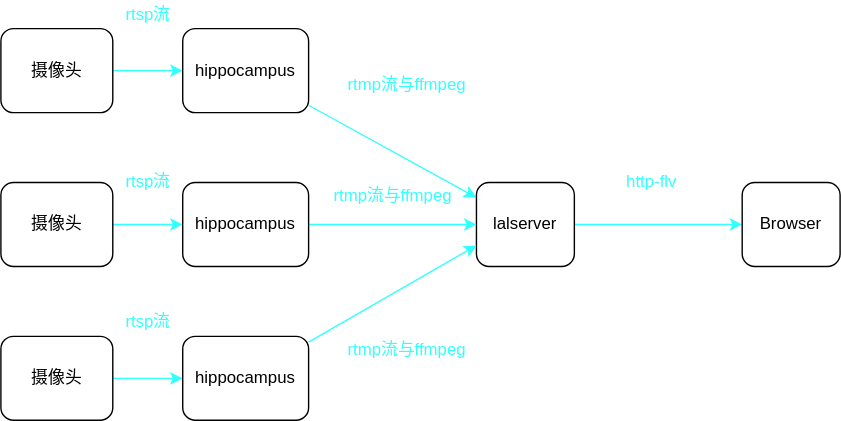
The draw.io diagram docs/images/engineering-design-drawing.svg in open-v2x/hippocampus, before a commit. Source tidied: cells renumbered, new cells last; positions are measured from the earlier drawing's top-left corner, leaving out a move shared by most shapes.
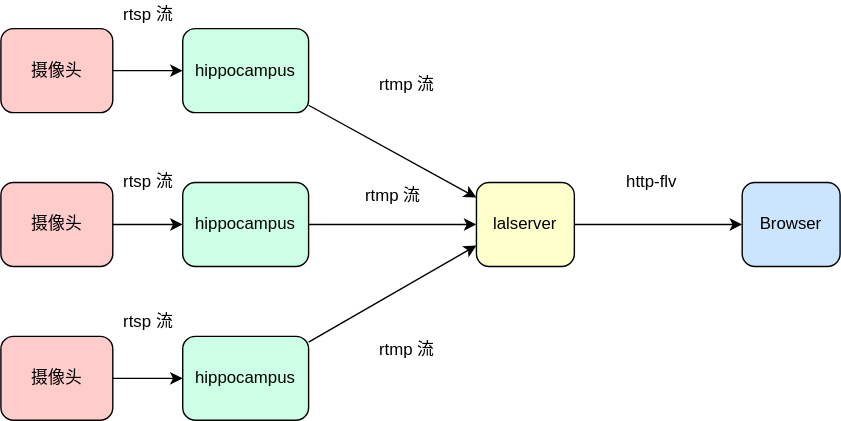
The same diagram one commit later.

Commit message:
docs: update design arch in readme (#77)

What changed in the source:
```diff
@@ -2,71 +2,71 @@
   <root>
     <mxCell id="0" />
     <mxCell id="1" parent="0" />
-    <mxCell id="2" style="edgeStyle=none;html=1;strokeColor=#33FFFF;" parent="1" edge="1" source="3" target="5">
+    <mxCell id="2" style="edgeStyle=none;html=1;strokeColor=#000000;" parent="1" edge="1" source="3" target="5">
       <mxGeometry relative="1" as="geometry" />
     </mxCell>
-    <mxCell id="3" value="摄像头" style="rounded=1;whiteSpace=wrap;html=1;" parent="1" vertex="1">
+    <mxCell id="3" value="摄像头" style="rounded=1;whiteSpace=wrap;html=1;fillColor=#FFCCCC;" parent="1" vertex="1">
       <mxGeometry y="20" width="80" height="60" as="geometry" />
     </mxCell>
-    <mxCell id="4" style="edgeStyle=none;html=1;strokeColor=#33FFFF;" parent="1" edge="1" source="5" target="7">
+    <mxCell id="4" style="edgeStyle=none;html=1;strokeColor=#000000;" parent="1" edge="1" source="5" target="7">
       <mxGeometry relative="1" as="geometry" />
     </mxCell>
-    <mxCell id="5" value="hippocampus" style="rounded=1;whiteSpace=wrap;html=1;" parent="1" vertex="1">
+    <mxCell id="5" value="hippocampus" style="rounded=1;whiteSpace=wrap;html=1;fillColor=#CCFFE6;" parent="1" vertex="1">
       <mxGeometry x="130" y="20" width="90" height="60" as="geometry" />
     </mxCell>
-    <mxCell id="6" style="edgeStyle=none;html=1;strokeColor=#33FFFF;" parent="1" edge="1" source="7" target="8">
+    <mxCell id="6" style="edgeStyle=none;html=1;strokeColor=#000000;" parent="1" edge="1" source="7" target="8">
       <mxGeometry relative="1" as="geometry" />
     </mxCell>
-    <mxCell id="7" value="lalserver" style="rounded=1;whiteSpace=wrap;html=1;" parent="1" vertex="1">
+    <mxCell id="7" value="lalserver" style="rounded=1;whiteSpace=wrap;html=1;fillColor=#FFFFCC;" parent="1" vertex="1">
       <mxGeometry x="340" y="130" width="70" height="60" as="geometry" />
     </mxCell>
-    <mxCell id="8" value="Browser" style="rounded=1;whiteSpace=wrap;html=1;" parent="1" vertex="1">
+    <mxCell id="8" value="Browser" style="rounded=1;whiteSpace=wrap;html=1;fillColor=#CCE5FF;" parent="1" vertex="1">
       <mxGeometry x="530" y="130" width="70" height="60" as="geometry" />
     </mxCell>
-    <mxCell id="9" style="edgeStyle=none;html=1;strokeColor=#33FFFF;" parent="1" edge="1" source="10" target="12">
+    <mxCell id="9" style="edgeStyle=none;html=1;strokeColor=#000000;" parent="1" edge="1" source="10" target="12">
       <mxGeometry relative="1" as="geometry" />
     </mxCell>
-    <mxCell id="10" value="摄像头" style="rounded=1;whiteSpace=wrap;html=1;" parent="1" vertex="1">
+    <mxCell id="10" value="摄像头" style="rounded=1;whiteSpace=wrap;html=1;fillColor=#FFCCCC;" parent="1" vertex="1">
       <mxGeometry y="130" width="80" height="60" as="geometry" />
     </mxCell>
-    <mxCell id="11" style="edgeStyle=none;html=1;strokeColor=#33FFFF;" parent="1" edge="1" source="12" target="7">
+    <mxCell id="11" style="edgeStyle=none;html=1;strokeColor=#000000;" parent="1" edge="1" source="12" target="7">
       <mxGeometry relative="1" as="geometry" />
     </mxCell>
-    <mxCell id="12" value="hippocampus" style="rounded=1;whiteSpace=wrap;html=1;" parent="1" vertex="1">
+    <mxCell id="12" value="hippocampus" style="rounded=1;whiteSpace=wrap;html=1;fillColor=#CCFFE6;" parent="1" vertex="1">
       <mxGeometry x="130" y="130" width="90" height="60" as="geometry" />
     </mxCell>
-    <mxCell id="13" value="&lt;font color=&quot;#33ffff&quot;&gt;rtsp流&lt;/font&gt;" style="text;html=1;align=center;verticalAlign=middle;strokeColor=none;fillColor=none;" parent="1" vertex="1">
+    <mxCell id="13" value="rtsp 流" style="text;html=1;align=center;verticalAlign=middle;strokeColor=none;fillColor=none;" parent="1" vertex="1">
       <mxGeometry x="80" width="50" height="20" as="geometry" />
     </mxCell>
-    <mxCell id="14" value="&lt;font color=&quot;#33ffff&quot;&gt;rtsp流&lt;/font&gt;" style="text;html=1;align=center;verticalAlign=middle;strokeColor=none;fillColor=none;" parent="1" vertex="1">
+    <mxCell id="14" value="rtsp 流" style="text;html=1;align=center;verticalAlign=middle;strokeColor=none;fillColor=none;" parent="1" vertex="1">
       <mxGeometry x="80" y="220" width="50" height="20" as="geometry" />
     </mxCell>
-    <mxCell id="15" style="edgeStyle=none;html=1;fontColor=#33FFFF;strokeColor=#33FFFF;" parent="1" edge="1" source="16" target="18">
+    <mxCell id="15" style="edgeStyle=none;html=1;fontColor=#33FFFF;strokeColor=#000000;" parent="1" edge="1" source="16" target="18">
       <mxGeometry relative="1" as="geometry" />
     </mxCell>
-    <mxCell id="16" value="摄像头" style="rounded=1;whiteSpace=wrap;html=1;" parent="1" vertex="1">
+    <mxCell id="16" value="摄像头" style="rounded=1;whiteSpace=wrap;html=1;fillColor=#FFCCCC;" parent="1" vertex="1">
       <mxGeometry y="240" width="80" height="60" as="geometry" />
     </mxCell>
-    <mxCell id="17" style="edgeStyle=none;html=1;entryX=0;entryY=0.75;entryDx=0;entryDy=0;fontColor=#33FFFF;strokeColor=#33FFFF;" parent="1" edge="1" source="18" target="7">
+    <mxCell id="17" style="edgeStyle=none;html=1;entryX=0;entryY=0.75;entryDx=0;entryDy=0;fontColor=#33FFFF;strokeColor=#000000;" parent="1" edge="1" source="18" target="7">
       <mxGeometry relative="1" as="geometry" />
     </mxCell>
-    <mxCell id="18" value="hippocampus" style="rounded=1;whiteSpace=wrap;html=1;" parent="1" vertex="1">
+    <mxCell id="18" value="hippocampus" style="rounded=1;whiteSpace=wrap;html=1;fillColor=#CCFFE6;" parent="1" vertex="1">
       <mxGeometry x="130" y="240" width="90" height="60" as="geometry" />
     </mxCell>
-    <mxCell id="19" value="&lt;font color=&quot;#33ffff&quot;&gt;rtsp流&lt;/font&gt;" style="text;html=1;align=center;verticalAlign=middle;strokeColor=none;fillColor=none;" parent="1" vertex="1">
+    <mxCell id="19" value="rtsp 流" style="text;html=1;align=center;verticalAlign=middle;strokeColor=none;fillColor=none;" parent="1" vertex="1">
       <mxGeometry x="80" y="120" width="50" height="20" as="geometry" />
     </mxCell>
-    <mxCell id="20" value="rtmp流与ffmpeg" style="text;html=1;align=center;verticalAlign=middle;strokeColor=none;fillColor=none;fontColor=#33FFFF;" parent="1" vertex="1">
-      <mxGeometry x="240" y="50" width="100" height="20" as="geometry" />
+    <mxCell id="20" value="&lt;font color=&quot;#000000&quot;&gt;rtmp 流&lt;/font&gt;" style="text;html=1;align=center;verticalAlign=middle;strokeColor=none;fillColor=none;fontColor=#33FFFF;" parent="1" vertex="1">
+      <mxGeometry x="265" y="50" width="50" height="20" as="geometry" />
     </mxCell>
-    <mxCell id="21" value="rtmp流与ffmpeg" style="text;html=1;align=center;verticalAlign=middle;strokeColor=none;fillColor=none;fontColor=#33FFFF;" parent="1" vertex="1">
-      <mxGeometry x="230" y="130" width="100" height="20" as="geometry" />
+    <mxCell id="21" value="&lt;font color=&quot;#000000&quot;&gt;rtmp 流&lt;/font&gt;" style="text;html=1;align=center;verticalAlign=middle;strokeColor=none;fillColor=none;fontColor=#33FFFF;" parent="1" vertex="1">
+      <mxGeometry x="255" y="130" width="50" height="20" as="geometry" />
     </mxCell>
-    <mxCell id="22" value="http-flv" style="text;html=1;align=center;verticalAlign=middle;strokeColor=none;fillColor=none;fontColor=#33FFFF;" parent="1" vertex="1">
+    <mxCell id="22" value="&lt;font color=&quot;#000000&quot;&gt;http-flv&lt;/font&gt;" style="text;html=1;align=center;verticalAlign=middle;strokeColor=none;fillColor=none;fontColor=#33FFFF;" parent="1" vertex="1">
       <mxGeometry x="440" y="120" width="50" height="20" as="geometry" />
     </mxCell>
-    <mxCell id="23" value="rtmp流与ffmpeg" style="text;html=1;align=center;verticalAlign=middle;strokeColor=none;fillColor=none;fontColor=#33FFFF;" parent="1" vertex="1">
-      <mxGeometry x="240" y="240" width="100" height="20" as="geometry" />
+    <mxCell id="23" value="&lt;font color=&quot;#000000&quot;&gt;rtmp 流&lt;/font&gt;" style="text;html=1;align=center;verticalAlign=middle;strokeColor=none;fillColor=none;fontColor=#33FFFF;" parent="1" vertex="1">
+      <mxGeometry x="265" y="240" width="50" height="20" as="geometry" />
     </mxCell>
   </root>
 </mxGraphModel>
```
